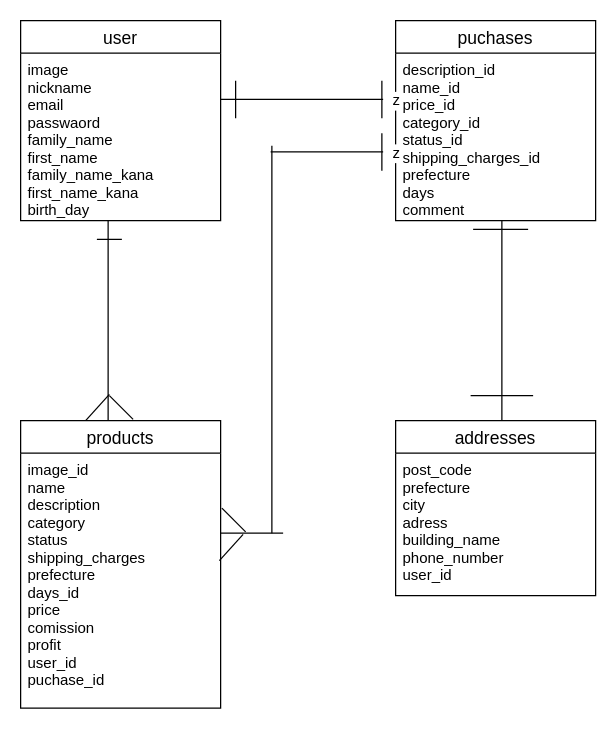
The draw.io diagram firima.dio in Kawase-Ryo/furima-38243, before the edit. Source tidied: cells renumbered, new cells numbered last; positions are measured from the earlier drawing's top-left corner, leaving out a move shared by most shapes. Both pictures are drawn from the tidied source at 125%, with x=0, y=0 at pixel (20, 20).
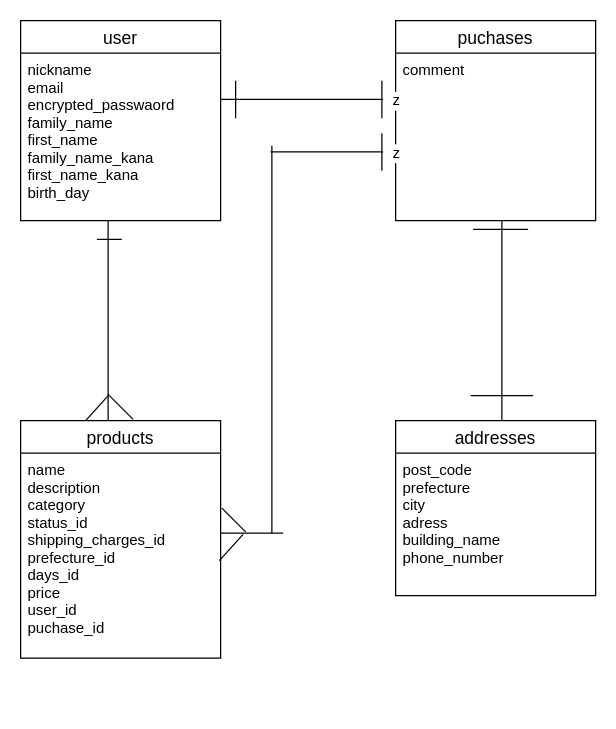
After the change.

Unchanged cells that the change refers to:
```xml
<mxCell id="2" value="user" style="swimlane;fontStyle=0;horizontal=1;startSize=26;align=center;fontSize=14;" parent="1" vertex="1">
  <mxGeometry width="160" height="160" as="geometry" />
</mxCell>
<mxCell id="4" value="puchases" style="swimlane;fontStyle=0;horizontal=1;startSize=26;align=center;fontSize=14;" parent="1" vertex="1">
  <mxGeometry x="300" width="160" height="160" as="geometry" />
</mxCell>
<mxCell id="21" value="addresses" style="swimlane;fontStyle=0;horizontal=1;startSize=26;align=center;fontSize=14;" parent="1" vertex="1">
  <mxGeometry x="300" y="320" width="160" height="140" as="geometry" />
</mxCell>
```

What changed in the source:
```diff
@@
-    <mxCell id="3" value="image&#10;nickname&#10;email&#10;passwaord&#10;family_name&#10;first_name&#10;family_name_kana&#10;first_name_kana&#10;birth_day" style="text;strokeColor=none;fillColor=none;spacingLeft=4;spacingRight=4;overflow=hidden;fontSize=12;" parent="2" vertex="1">
+    <mxCell id="3" value="nickname&#10;email&#10;encrypted_passwaord&#10;family_name&#10;first_name&#10;family_name_kana&#10;first_name_kana&#10;birth_day" style="text;strokeColor=none;fillColor=none;spacingLeft=4;spacingRight=4;overflow=hidden;fontSize=12;" parent="2" vertex="1">
       <mxGeometry y="26" width="160" height="134" as="geometry" />
     </mxCell>
@@
-    <mxCell id="5" value="description_id&#10;name_id&#10;price_id&#10;category_id&#10;status_id&#10;shipping_charges_id&#10;prefecture&#10;days&#10;comment" style="text;strokeColor=none;fillColor=none;spacingLeft=4;spacingRight=4;overflow=hidden;fontSize=12;" parent="4" vertex="1">
+    <mxCell id="5" value="comment" style="text;strokeColor=none;fillColor=none;spacingLeft=4;spacingRight=4;overflow=hidden;fontSize=12;" parent="4" vertex="1">
       <mxGeometry y="26" width="160" height="134" as="geometry" />
     </mxCell>
     <mxCell id="6" value="products" style="swimlane;fontStyle=0;horizontal=1;startSize=26;align=center;fontSize=14;" parent="1" vertex="1">
-      <mxGeometry y="320" width="160" height="230" as="geometry" />
+      <mxGeometry y="320" width="160" height="190" as="geometry" />
     </mxCell>
-    <mxCell id="7" value="image_id&#10;name&#10;description&#10;category&#10;status&#10;shipping_charges&#10;prefecture&#10;days_id&#10;price&#10;comission&#10;profit&#10;user_id&#10;puchase_id" style="text;strokeColor=none;fillColor=none;spacingLeft=4;spacingRight=4;overflow=hidden;fontSize=12;" parent="6" vertex="1">
-      <mxGeometry y="26" width="160" height="204" as="geometry" />
+    <mxCell id="7" value="name&#10;description&#10;category&#10;status_id&#10;shipping_charges_id&#10;prefecture_id&#10;days_id&#10;price&#10;user_id&#10;puchase_id" style="text;strokeColor=none;fillColor=none;spacingLeft=4;spacingRight=4;overflow=hidden;fontSize=12;" parent="6" vertex="1">
+      <mxGeometry y="26" width="160" height="164" as="geometry" />
     </mxCell>
@@
-    <mxCell id="22" value="post_code&#10;prefecture&#10;city&#10;adress&#10;building_name&#10;phone_number&#10;user_id" style="text;strokeColor=none;fillColor=none;spacingLeft=4;spacingRight=4;overflow=hidden;fontSize=12;" parent="21" vertex="1">
+    <mxCell id="22" value="post_code&#10;prefecture&#10;city&#10;adress&#10;building_name&#10;phone_number" style="text;strokeColor=none;fillColor=none;spacingLeft=4;spacingRight=4;overflow=hidden;fontSize=12;" parent="21" vertex="1">
       <mxGeometry y="26" width="160" height="114" as="geometry" />
     </mxCell>
```
